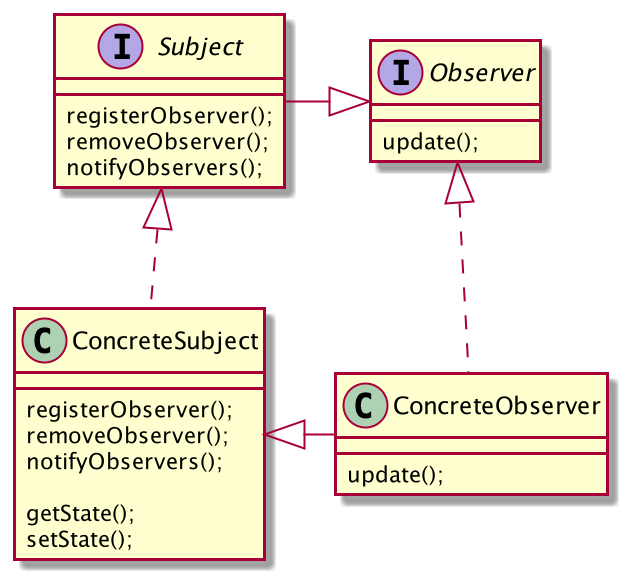
Earlier version of the PlantUML export observer-pattern/uml/ObserverPattern.png (ye-geeee/headfirst-designpattern-practice). The source it was exported from:
```plantuml
@startuml

interface Subject {
    registerObserver();
    removeObserver();
    notifyObservers();
}

interface Observer {
    update();
}

class ConcreteSubject {
    registerObserver();
    removeObserver();
    notifyObservers();

    getState();
    setState();
}

class ConcreteObserver {
    update();
}

Subject <|.. ConcreteSubject
Observer <|.. ConcreteObserver
Subject -|> Observer
ConcreteSubject <|- ConcreteObserver

@enduml
```
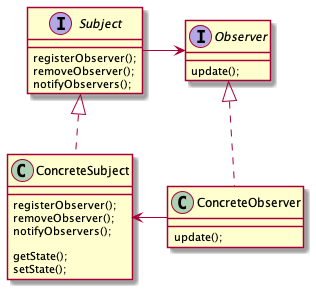
The same file after the commit.

What changed in the source:
```diff
@@ -25,7 +25,7 @@
 
 Subject <|.. ConcreteSubject
 Observer <|.. ConcreteObserver
-Subject -|> Observer
-ConcreteSubject <|- ConcreteObserver
+Subject -> Observer
+ConcreteSubject <- ConcreteObserver
 
 @enduml
```
